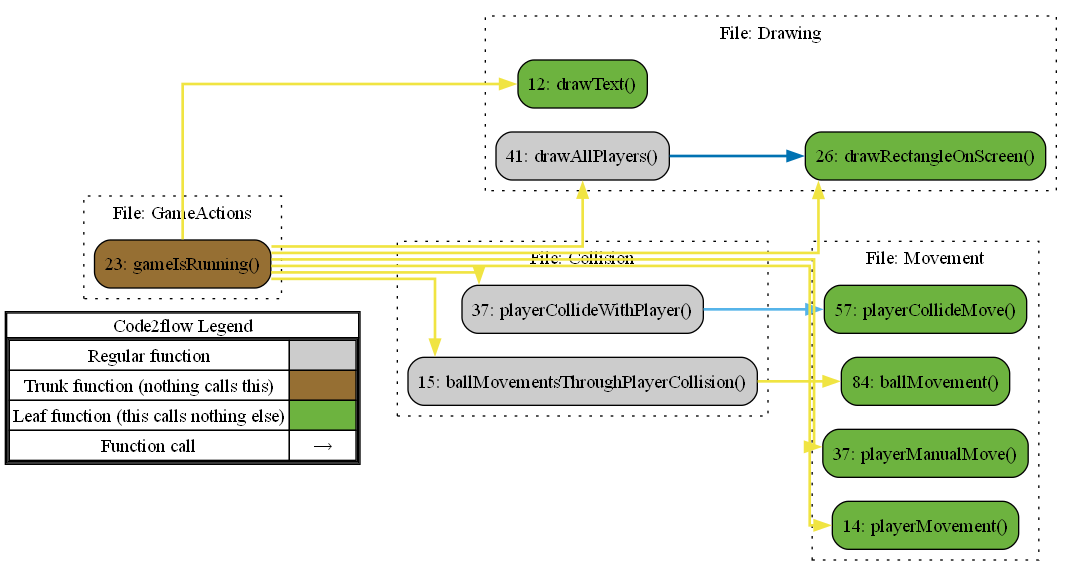
This is diagrams/generated/v3/out.png from T-Al-D/SoccerRobot-Simulation, a Graphviz export, as it was before one commit. Its source is kept beside it as diagrams/generated/v3/out.gv.
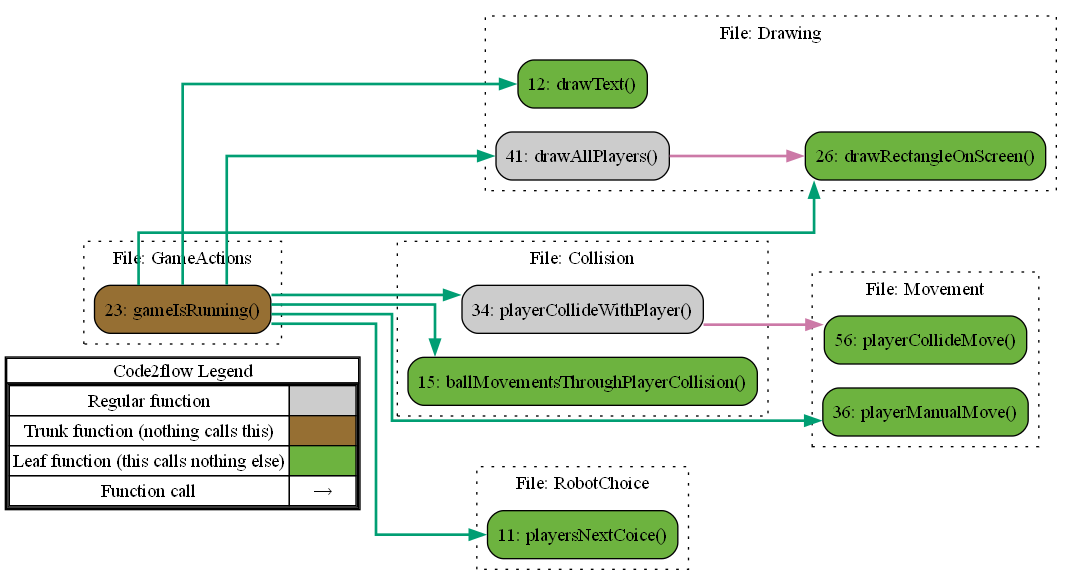
The same file after the commit.

The edit, as a diff of the source:
```diff
@@ -14,52 +14,57 @@
         <tr><td>Function call</td><td><font color='black'>&#8594;</font></td></tr>
         </table></td></tr></table>
         >];
-}node_80e4176c [label="15: ballMovementsThroughPlayerCollision()" name="Collision::ballMovementsThroughPlayerCollision" shape="rect" style="rounded,filled" fillcolor="#cccccc" ];
-node_7bd6a252 [label="37: playerCollideWithPlayer()" name="Collision::playerCollideWithPlayer" shape="rect" style="rounded,filled" fillcolor="#cccccc" ];
-node_ec41df5d [label="41: drawAllPlayers()" name="Drawing::drawAllPlayers" shape="rect" style="rounded,filled" fillcolor="#cccccc" ];
-node_c5d70284 [label="26: drawRectangleOnScreen()" name="Drawing::drawRectangleOnScreen" shape="rect" style="rounded,filled" fillcolor="#6db33f" ];
-node_73f5e29d [label="12: drawText()" name="Drawing::drawText" shape="rect" style="rounded,filled" fillcolor="#6db33f" ];
-node_081ca49c [label="23: gameIsRunning()" name="GameActions::gameIsRunning" shape="rect" style="rounded,filled" fillcolor="#966F33" ];
-node_8d779691 [label="84: ballMovement()" name="Movement::ballMovement" shape="rect" style="rounded,filled" fillcolor="#6db33f" ];
-node_8169d284 [label="57: playerCollideMove()" name="Movement::playerCollideMove" shape="rect" style="rounded,filled" fillcolor="#6db33f" ];
-node_49271c51 [label="37: playerManualMove()" name="Movement::playerManualMove" shape="rect" style="rounded,filled" fillcolor="#6db33f" ];
-node_905dca30 [label="14: playerMovement()" name="Movement::playerMovement" shape="rect" style="rounded,filled" fillcolor="#6db33f" ];
-node_80e4176c -> node_8d779691 [color="#F0E442" penwidth="2"];
-node_7bd6a252 -> node_8169d284 [color="#56B4E9" penwidth="2"];
-node_ec41df5d -> node_c5d70284 [color="#0072B2" penwidth="2"];
-node_081ca49c -> node_80e4176c [color="#F0E442" penwidth="2"];
-node_081ca49c -> node_7bd6a252 [color="#F0E442" penwidth="2"];
-node_081ca49c -> node_ec41df5d [color="#F0E442" penwidth="2"];
-node_081ca49c -> node_c5d70284 [color="#F0E442" penwidth="2"];
-node_081ca49c -> node_73f5e29d [color="#F0E442" penwidth="2"];
-node_081ca49c -> node_49271c51 [color="#F0E442" penwidth="2"];
-node_081ca49c -> node_905dca30 [color="#F0E442" penwidth="2"];
-subgraph cluster_3803fb0e {
-    node_80e4176c node_7bd6a252;
+}node_b16f4b05 [label="15: ballMovementsThroughPlayerCollision()" name="Collision::ballMovementsThroughPlayerCollision" shape="rect" style="rounded,filled" fillcolor="#6db33f" ];
+node_4704fc57 [label="34: playerCollideWithPlayer()" name="Collision::playerCollideWithPlayer" shape="rect" style="rounded,filled" fillcolor="#cccccc" ];
+node_82bcca87 [label="41: drawAllPlayers()" name="Drawing::drawAllPlayers" shape="rect" style="rounded,filled" fillcolor="#cccccc" ];
+node_451d57d8 [label="26: drawRectangleOnScreen()" name="Drawing::drawRectangleOnScreen" shape="rect" style="rounded,filled" fillcolor="#6db33f" ];
+node_dad2a8ca [label="12: drawText()" name="Drawing::drawText" shape="rect" style="rounded,filled" fillcolor="#6db33f" ];
+node_a3f664db [label="23: gameIsRunning()" name="GameActions::gameIsRunning" shape="rect" style="rounded,filled" fillcolor="#966F33" ];
+node_fdd73e30 [label="56: playerCollideMove()" name="Movement::playerCollideMove" shape="rect" style="rounded,filled" fillcolor="#6db33f" ];
+node_cbbd760a [label="36: playerManualMove()" name="Movement::playerManualMove" shape="rect" style="rounded,filled" fillcolor="#6db33f" ];
+node_d4232a49 [label="11: playersNextCoice()" name="RobotChoice::playersNextCoice" shape="rect" style="rounded,filled" fillcolor="#6db33f" ];
+node_4704fc57 -> node_fdd73e30 [color="#CC79A7" penwidth="2"];
+node_82bcca87 -> node_451d57d8 [color="#CC79A7" penwidth="2"];
+node_a3f664db -> node_b16f4b05 [color="#009E73" penwidth="2"];
+node_a3f664db -> node_4704fc57 [color="#009E73" penwidth="2"];
+node_a3f664db -> node_82bcca87 [color="#009E73" penwidth="2"];
+node_a3f664db -> node_451d57d8 [color="#009E73" penwidth="2"];
+node_a3f664db -> node_dad2a8ca [color="#009E73" penwidth="2"];
+node_a3f664db -> node_cbbd760a [color="#009E73" penwidth="2"];
+node_a3f664db -> node_d4232a49 [color="#009E73" penwidth="2"];
+subgraph cluster_f861a06f {
+    node_b16f4b05 node_4704fc57;
     label="File: Collision";
     name="Collision";
     style="filled";
     graph[style=dotted];
 };
-subgraph cluster_bd5ce12e {
-    node_73f5e29d node_c5d70284 node_ec41df5d;
+subgraph cluster_f90ab8df {
+    node_dad2a8ca node_451d57d8 node_82bcca87;
     label="File: Drawing";
     name="Drawing";
     style="filled";
     graph[style=dotted];
 };
-subgraph cluster_ed6802bf {
-    node_081ca49c;
+subgraph cluster_1a881e15 {
+    node_a3f664db;
     label="File: GameActions";
     name="GameActions";
     style="filled";
     graph[style=dotted];
 };
-subgraph cluster_4c417189 {
-    node_905dca30 node_49271c51 node_8169d284 node_8d779691;
+subgraph cluster_a3499856 {
+    node_cbbd760a node_fdd73e30;
     label="File: Movement";
     name="Movement";
     style="filled";
     graph[style=dotted];
 };
+subgraph cluster_09d75108 {
+    node_d4232a49;
+    label="File: RobotChoice";
+    name="RobotChoice";
+    style="filled";
+    graph[style=dotted];
+};
 }
```
